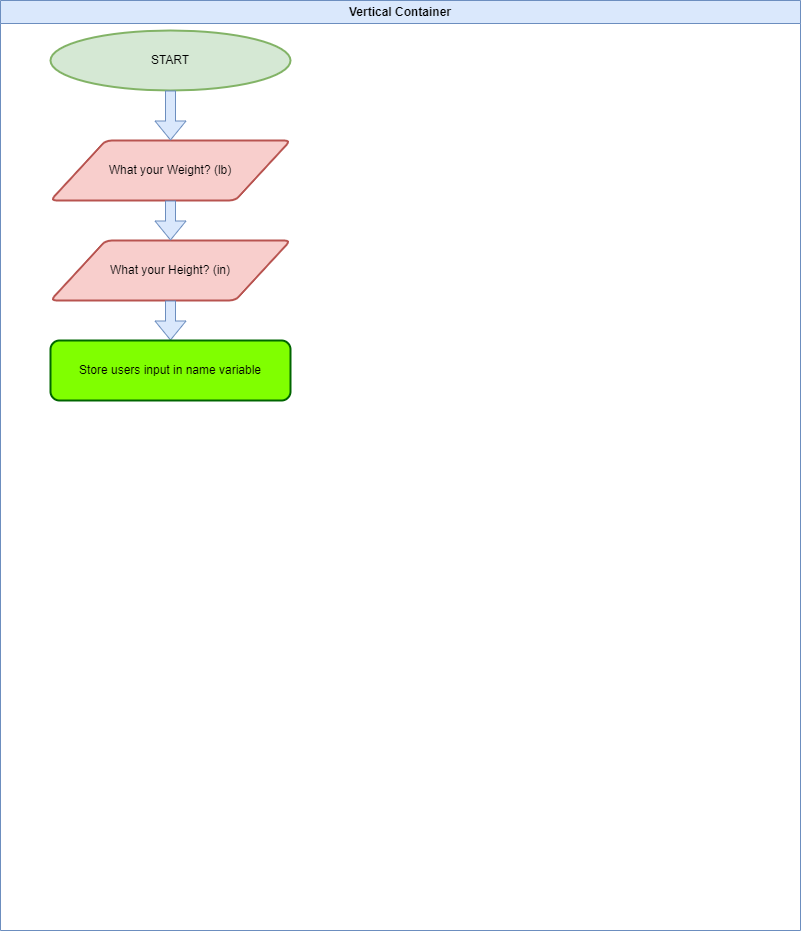
natafesenko/AssignmentFOOP1 keeps this draw.io diagram as Untitled Diagram.drawio.png. Above is the earlier version. Source tidied: cells renumbered, new cells last; positions are measured from the earlier drawing's top-left corner, leaving out a move shared by most shapes. Its diagram source:
```xml
<mxGraphModel>
  <root>
    <mxCell id="0" />
    <mxCell id="1" parent="0" />
    <mxCell id="2" value="Vertical Container" style="swimlane;whiteSpace=wrap;html=1;fillColor=#dae8fc;strokeColor=#6c8ebf;" parent="1" vertex="1">
      <mxGeometry width="800" height="930" as="geometry" />
    </mxCell>
    <mxCell id="3" value="START" style="strokeWidth=2;html=1;shape=mxgraph.flowchart.start_1;whiteSpace=wrap;fillColor=#d5e8d4;strokeColor=#82b366;" parent="2" vertex="1">
      <mxGeometry x="50" y="30" width="240" height="60" as="geometry" />
    </mxCell>
    <mxCell id="4" value="What your Weight? (lb)" style="shape=parallelogram;html=1;strokeWidth=2;perimeter=parallelogramPerimeter;whiteSpace=wrap;rounded=1;arcSize=12;size=0.23;fillColor=#f8cecc;strokeColor=#b85450;" parent="2" vertex="1">
      <mxGeometry x="50" y="140" width="240" height="60" as="geometry" />
    </mxCell>
    <mxCell id="5" value="What your Height? (in)" style="shape=parallelogram;html=1;strokeWidth=2;perimeter=parallelogramPerimeter;whiteSpace=wrap;rounded=1;arcSize=12;size=0.23;fillColor=#f8cecc;strokeColor=#b85450;" parent="2" vertex="1">
      <mxGeometry x="50" y="240" width="240" height="60" as="geometry" />
    </mxCell>
    <mxCell id="6" style="shape=flexArrow;endArrow=classic;html=1;rounded=0;exitX=0.5;exitY=1;exitDx=0;exitDy=0;exitPerimeter=0;fillColor=#dae8fc;strokeColor=#6c8ebf;" parent="2" edge="1" source="3" target="4">
      <mxGeometry relative="1" as="geometry" />
    </mxCell>
    <mxCell id="7" style="shape=flexArrow;endArrow=classic;html=1;rounded=0;entryX=0.5;entryY=0;entryDx=0;entryDy=0;fillColor=#dae8fc;strokeColor=#6c8ebf;" parent="2" edge="1" target="5">
      <mxGeometry relative="1" as="geometry">
        <mxPoint x="170" y="200" as="sourcePoint" />
      </mxGeometry>
    </mxCell>
    <mxCell id="8" style="shape=flexArrow;endArrow=classic;html=1;rounded=0;exitX=0.5;exitY=1;exitDx=0;exitDy=0;fillColor=#dae8fc;strokeColor=#6c8ebf;" parent="2" edge="1" source="5">
      <mxGeometry relative="1" as="geometry">
        <mxPoint x="170" y="340" as="targetPoint" />
      </mxGeometry>
    </mxCell>
    <mxCell id="9" value="Store users input in name variable" style="rounded=1;whiteSpace=wrap;html=1;fillColor=#80FF00;strokeColor=#006600;strokeWidth=2;" parent="2" vertex="1">
      <mxGeometry x="50" y="340" width="240" height="60" as="geometry" />
    </mxCell>
  </root>
</mxGraphModel>
```
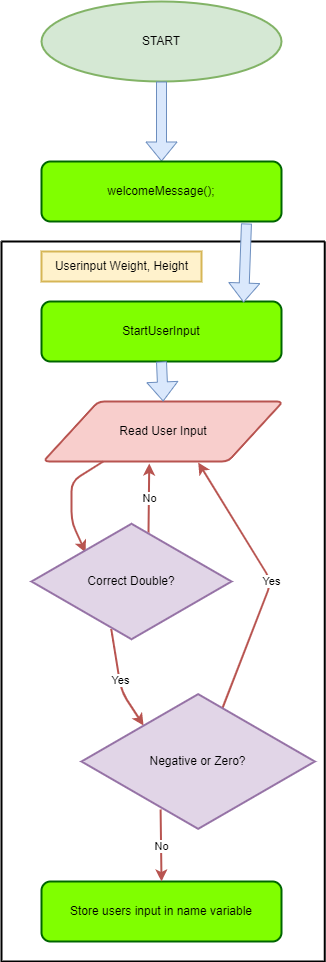
The same file after the commit.

The edit, as a diff of the source:
```diff
@@ -2,33 +2,82 @@
   <root>
     <mxCell id="0" />
     <mxCell id="1" parent="0" />
-    <mxCell id="2" value="Vertical Container" style="swimlane;whiteSpace=wrap;html=1;fillColor=#dae8fc;strokeColor=#6c8ebf;" parent="1" vertex="1">
-      <mxGeometry width="800" height="930" as="geometry" />
-    </mxCell>
-    <mxCell id="3" value="START" style="strokeWidth=2;html=1;shape=mxgraph.flowchart.start_1;whiteSpace=wrap;fillColor=#d5e8d4;strokeColor=#82b366;" parent="2" vertex="1">
-      <mxGeometry x="50" y="30" width="240" height="60" as="geometry" />
+    <mxCell id="3" value="START" style="strokeWidth=2;html=1;shape=mxgraph.flowchart.start_1;whiteSpace=wrap;fillColor=#d5e8d4;strokeColor=#82b366;" parent="1" vertex="1">
+      <mxGeometry x="140" y="-160" width="240" height="80" as="geometry" />
     </mxCell>
+    <mxCell id="6" style="shape=flexArrow;endArrow=classic;html=1;rounded=0;exitX=0.5;exitY=1;exitDx=0;exitDy=0;exitPerimeter=0;fillColor=#dae8fc;strokeColor=#6c8ebf;entryX=0.5;entryY=0;entryDx=0;entryDy=0;" parent="1" edge="1" source="3" target="9">
+      <mxGeometry relative="1" as="geometry" />
+    </mxCell>
+    <mxCell id="9" value="welcomeMessage();" style="rounded=1;whiteSpace=wrap;html=1;fillColor=#80FF00;strokeColor=#006600;strokeWidth=2;" parent="1" vertex="1">
+      <mxGeometry x="140" width="240" height="60" as="geometry" />
+    </mxCell>
+    <mxCell id="10" style="swimlane;startSize=0;swimlaneFillColor=none;strokeWidth=2;" parent="1" vertex="1">
+      <mxGeometry x="100" y="80" width="323.3" height="720" as="geometry" />
+    </mxCell>
-    <mxCell id="4" value="What your Weight? (lb)" style="shape=parallelogram;html=1;strokeWidth=2;perimeter=parallelogramPerimeter;whiteSpace=wrap;rounded=1;arcSize=12;size=0.23;fillColor=#f8cecc;strokeColor=#b85450;" parent="2" vertex="1">
-      <mxGeometry x="50" y="140" width="240" height="60" as="geometry" />
+    <mxCell id="4" value="Read User Input" style="shape=parallelogram;html=1;strokeWidth=2;perimeter=parallelogramPerimeter;whiteSpace=wrap;rounded=1;arcSize=12;size=0.23;fillColor=#f8cecc;strokeColor=#b85450;" parent="10" vertex="1">
+      <mxGeometry x="41.7" y="160" width="240" height="60" as="geometry" />
     </mxCell>
-    <mxCell id="5" value="What your Height? (in)" style="shape=parallelogram;html=1;strokeWidth=2;perimeter=parallelogramPerimeter;whiteSpace=wrap;rounded=1;arcSize=12;size=0.23;fillColor=#f8cecc;strokeColor=#b85450;" parent="2" vertex="1">
-      <mxGeometry x="50" y="240" width="240" height="60" as="geometry" />
-    </mxCell>
-    <mxCell id="6" style="shape=flexArrow;endArrow=classic;html=1;rounded=0;exitX=0.5;exitY=1;exitDx=0;exitDy=0;exitPerimeter=0;fillColor=#dae8fc;strokeColor=#6c8ebf;" parent="2" edge="1" source="3" target="4">
-      <mxGeometry relative="1" as="geometry" />
-    </mxCell>
-    <mxCell id="7" style="shape=flexArrow;endArrow=classic;html=1;rounded=0;entryX=0.5;entryY=0;entryDx=0;entryDy=0;fillColor=#dae8fc;strokeColor=#6c8ebf;" parent="2" edge="1" target="5">
-      <mxGeometry relative="1" as="geometry">
-        <mxPoint x="170" y="200" as="sourcePoint" />
-      </mxGeometry>
-    </mxCell>
-    <mxCell id="8" style="shape=flexArrow;endArrow=classic;html=1;rounded=0;exitX=0.5;exitY=1;exitDx=0;exitDy=0;fillColor=#dae8fc;strokeColor=#6c8ebf;" parent="2" edge="1" source="5">
-      <mxGeometry relative="1" as="geometry">
-        <mxPoint x="170" y="340" as="targetPoint" />
-      </mxGeometry>
-    </mxCell>
-    <mxCell id="9" value="Store users input in name variable" style="rounded=1;whiteSpace=wrap;html=1;fillColor=#80FF00;strokeColor=#006600;strokeWidth=2;" parent="2" vertex="1">
-      <mxGeometry x="50" y="340" width="240" height="60" as="geometry" />
-    </mxCell>
+    <mxCell id="11" value="StartUserInput" style="rounded=1;whiteSpace=wrap;html=1;fillColor=#80FF00;strokeColor=#006600;strokeWidth=2;" parent="10" vertex="1">
+      <mxGeometry x="40" y="60" width="240" height="60" as="geometry" />
+    </mxCell>
+    <mxCell id="12" style="shape=flexArrow;endArrow=classic;html=1;rounded=0;exitX=0.5;exitY=1;exitDx=0;exitDy=0;entryX=0.5;entryY=0;entryDx=0;entryDy=0;fillColor=#dae8fc;strokeColor=#6c8ebf;" parent="10" edge="1" source="11" target="4">
+      <mxGeometry relative="1" as="geometry" />
+    </mxCell>
+    <mxCell id="13" value="Store users input in name variable" style="rounded=1;whiteSpace=wrap;html=1;fillColor=#80FF00;strokeColor=#006600;strokeWidth=2;" parent="10" vertex="1">
+      <mxGeometry x="40" y="640" width="240" height="60" as="geometry" />
+    </mxCell>
+    <mxCell id="14" style="endArrow=classic;html=1;rounded=1;exitX=0.25;exitY=1;exitDx=0;exitDy=0;entryX=0.27;entryY=0.258;entryDx=0;entryDy=0;strokeWidth=2;fillColor=#f8cecc;strokeColor=#b85450;entryPerimeter=0;" parent="10" edge="1" source="4" target="23">
+      <mxGeometry relative="1" as="geometry">
+        <Array as="points">
+          <mxPoint x="70" y="240" />
+          <mxPoint x="70" y="280" />
+        </Array>
+      </mxGeometry>
+    </mxCell>
+    <mxCell id="15" style="endArrow=classic;html=1;rounded=1;strokeWidth=2;entryX=0.442;entryY=1.033;entryDx=0;entryDy=0;entryPerimeter=0;fillColor=#f8cecc;strokeColor=#b85450;exitX=0.585;exitY=0.092;exitDx=0;exitDy=0;exitPerimeter=0;" parent="10" edge="1" source="23" target="4">
+      <mxGeometry relative="1" as="geometry" />
+    </mxCell>
+    <mxCell id="16" value="No" style="edgeLabel;html=1;align=center;verticalAlign=middle;strokeWidth=2;" parent="15" vertex="1">
+      <mxGeometry relative="1" as="geometry" />
+    </mxCell>
+    <mxCell id="17" style="endArrow=classic;html=1;rounded=1;strokeWidth=2;exitX=0;exitY=0.75;exitDx=0;exitDy=0;entryX=0.266;entryY=0.243;entryDx=0;entryDy=0;fillColor=#f8cecc;strokeColor=#b85450;entryPerimeter=0;" parent="10" edge="1" target="24">
+      <mxGeometry relative="1" as="geometry">
+        <mxPoint x="109.6" y="387.6" as="sourcePoint" />
+        <Array as="points">
+          <mxPoint x="120" y="450" />
+        </Array>
+      </mxGeometry>
+    </mxCell>
+    <mxCell id="18" value="Yes" style="edgeLabel;html=1;align=center;verticalAlign=middle;strokeWidth=2;" parent="17" vertex="1">
+      <mxGeometry relative="1" as="geometry" />
+    </mxCell>
+    <mxCell id="19" style="endArrow=classic;html=1;rounded=1;strokeWidth=2;exitX=0.6;exitY=0.136;exitDx=0;exitDy=0;entryX=0.646;entryY=1.017;entryDx=0;entryDy=0;fillColor=#f8cecc;strokeColor=#b85450;entryPerimeter=0;exitPerimeter=0;" parent="10" edge="1" source="24" target="4">
+      <mxGeometry relative="1" as="geometry">
+        <Array as="points">
+          <mxPoint x="270" y="340" />
+        </Array>
+      </mxGeometry>
+    </mxCell>
+    <mxCell id="20" value="Yes" style="edgeLabel;html=1;align=center;verticalAlign=middle;strokeWidth=2;" parent="19" vertex="1">
+      <mxGeometry relative="1" as="geometry" />
+    </mxCell>
+    <mxCell id="21" style="endArrow=classic;html=1;rounded=1;strokeWidth=2;exitX=0.339;exitY=0.843;exitDx=0;exitDy=0;entryX=0.5;entryY=0;entryDx=0;entryDy=0;fillColor=#f8cecc;strokeColor=#b85450;exitPerimeter=0;" parent="10" edge="1" source="24" target="13">
+      <mxGeometry relative="1" as="geometry" />
+    </mxCell>
+    <mxCell id="22" value="No" style="edgeLabel;html=1;align=center;verticalAlign=middle;strokeWidth=2;" parent="21" vertex="1">
+      <mxGeometry relative="1" as="geometry" />
+    </mxCell>
+    <mxCell id="23" value="&lt;span style=&quot;background-color: rgb(225, 213, 231);&quot;&gt;Correct Double?&lt;/span&gt;" style="html=1;whiteSpace=wrap;shape=isoRectangle;strokeWidth=2;fillColor=#e1d5e7;strokeColor=#9673a6;" parent="10" vertex="1">
+      <mxGeometry x="30" y="280" width="200" height="120" as="geometry" />
+    </mxCell>
+    <mxCell id="24" value="&lt;span style=&quot;background-color: rgb(225, 213, 231);&quot;&gt;Negative or Zero?&lt;/span&gt;" style="html=1;whiteSpace=wrap;shape=isoRectangle;strokeWidth=2;fillColor=#e1d5e7;strokeColor=#9673a6;" parent="10" vertex="1">
+      <mxGeometry x="80" y="450" width="233.3" height="140" as="geometry" />
+    </mxCell>
+    <mxCell id="25" value="Userinput Weight, Height" style="text;html=1;align=center;verticalAlign=middle;strokeColor=#d6b656;fillColor=#fff2cc;strokeWidth=2;" parent="10" vertex="1">
+      <mxGeometry x="40" y="10" width="160" height="30" as="geometry" />
+    </mxCell>
+    <mxCell id="26" style="shape=flexArrow;endArrow=classic;html=1;rounded=0;exitX=0.854;exitY=1.033;exitDx=0;exitDy=0;entryX=0.842;entryY=0.017;entryDx=0;entryDy=0;fillColor=#dae8fc;strokeColor=#6c8ebf;exitPerimeter=0;entryPerimeter=0;" parent="1" edge="1" source="9" target="11">
+      <mxGeometry relative="1" as="geometry" />
+    </mxCell>
   </root>
 </mxGraphModel>
```
